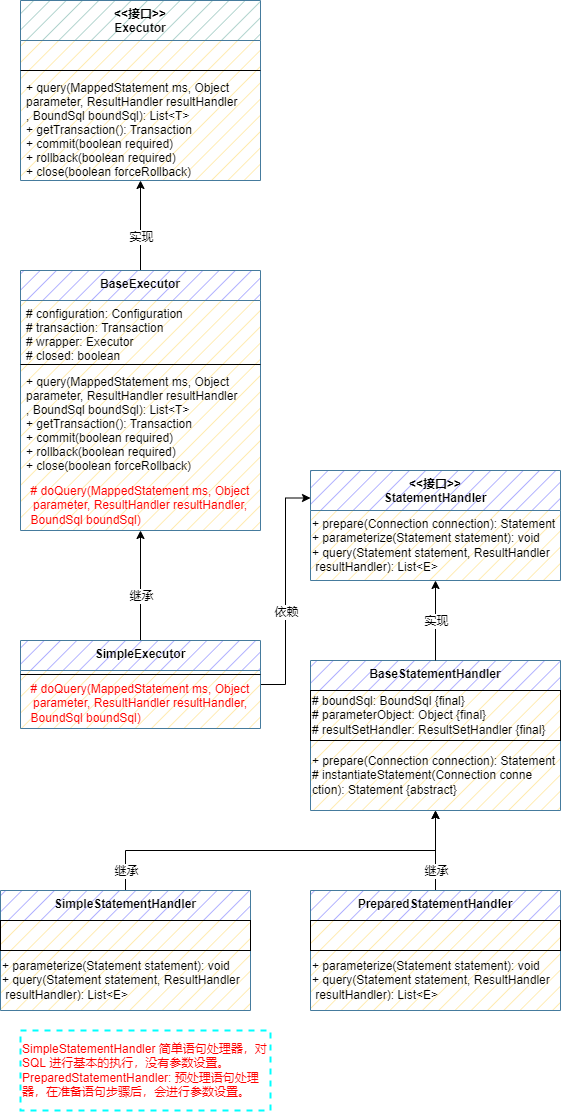
The draw.io diagram wzz-mybatis/mybatis-step-06(Sql方法执行器).drawio.png in wsxzei/markdown-photos, before a commit. Source tidied: cells renumbered, new cells last; positions are measured from the earlier drawing's top-left corner, leaving out a move shared by most shapes. The source it was exported from:
```xml
<mxGraphModel>
  <root>
    <mxCell id="0" />
    <mxCell id="1" parent="0" />
    <mxCell id="2" style="edgeStyle=orthogonalEdgeStyle;rounded=0;jettySize=auto;html=1;" parent="1" edge="1" source="4" target="9">
      <mxGeometry relative="1" as="geometry" />
    </mxCell>
    <mxCell id="3" value="实现" style="edgeLabel;html=1;align=center;verticalAlign=middle;" parent="2" vertex="1">
      <mxGeometry x="-0.25" relative="1" as="geometry" />
    </mxCell>
    <mxCell id="4" value="BaseExecutor" style="swimlane;fontStyle=1;align=center;verticalAlign=top;horizontal=1;startSize=30;gradientColor=none;swimlaneFillColor=#FFE599;fillStyle=hatch;fillColor=#9999FF;strokeColor=#457B9D;" parent="1" vertex="1">
      <mxGeometry x="20" y="270" width="240" height="260" as="geometry" />
    </mxCell>
    <mxCell id="5" value="# configuration: Configuration&#10;# transaction: Transaction&#10;# wrapper: Executor&#10;# closed: boolean" style="text;strokeColor=none;fillColor=none;align=left;verticalAlign=top;spacingLeft=4;spacingRight=4;overflow=hidden;" parent="4" vertex="1">
      <mxGeometry y="30" width="240" height="60" as="geometry" />
    </mxCell>
    <mxCell id="6" style="line;strokeWidth=1;fillColor=none;align=left;verticalAlign=middle;spacingTop=-1;spacingLeft=3;spacingRight=3;labelPosition=right;" parent="4" vertex="1">
      <mxGeometry y="90" width="240" height="8" as="geometry" />
    </mxCell>
    <mxCell id="7" value="+ query(MappedStatement ms, Object &#10;parameter, ResultHandler resultHandler&#10;, BoundSql boundSql): List&lt;T&gt;&#10;+ getTransaction(): Transaction&#10;+ commit(boolean required)&#10;+ rollback(boolean required)&#10;+ close(boolean forceRollback)" style="text;strokeColor=none;fillColor=none;align=left;verticalAlign=top;spacingLeft=4;spacingRight=4;overflow=hidden;shadow=0;" parent="4" vertex="1">
      <mxGeometry y="98" width="240" height="112" as="geometry" />
    </mxCell>
    <mxCell id="8" value="&lt;div&gt;# doQuery(MappedStatement ms, Object&lt;/div&gt;&lt;div&gt;parameter, ResultHandler resultHandler,&lt;/div&gt;&lt;div style=&quot;text-align: left;&quot;&gt;BoundSql boundSql)&lt;/div&gt;" style="text;html=1;strokeColor=none;fillColor=none;align=center;verticalAlign=middle;whiteSpace=wrap;rounded=0;shadow=0;fillStyle=auto;fontColor=#FF0000;" parent="4" vertex="1">
      <mxGeometry y="210" width="240" height="50" as="geometry" />
    </mxCell>
    <mxCell id="9" value="&lt;&lt;接口&gt;&gt;&#10;Executor" style="swimlane;fontStyle=1;align=center;verticalAlign=top;horizontal=1;startSize=40;gradientColor=none;swimlaneFillColor=#FFE599;fillStyle=hatch;fillColor=#9AC7BF;strokeColor=#457B9D;" parent="1" vertex="1">
      <mxGeometry x="20" width="240" height="180" as="geometry" />
    </mxCell>
    <mxCell id="10" value=" " style="text;strokeColor=none;fillColor=none;align=left;verticalAlign=top;spacingLeft=4;spacingRight=4;overflow=hidden;" parent="9" vertex="1">
      <mxGeometry y="40" width="240" height="26" as="geometry" />
    </mxCell>
    <mxCell id="11" style="line;strokeWidth=1;fillColor=none;align=left;verticalAlign=middle;spacingTop=-1;spacingLeft=3;spacingRight=3;labelPosition=right;" parent="9" vertex="1">
      <mxGeometry y="66" width="240" height="8" as="geometry" />
    </mxCell>
    <mxCell id="12" value="+ query(MappedStatement ms, Object &#10;parameter, ResultHandler resultHandler&#10;, BoundSql boundSql): List&lt;T&gt;&#10;+ getTransaction(): Transaction&#10;+ commit(boolean required)&#10;+ rollback(boolean required)&#10;+ close(boolean forceRollback)" style="text;strokeColor=none;fillColor=none;align=left;verticalAlign=top;spacingLeft=4;spacingRight=4;overflow=hidden;" parent="9" vertex="1">
      <mxGeometry y="74" width="240" height="106" as="geometry" />
    </mxCell>
    <mxCell id="13" style="edgeStyle=orthogonalEdgeStyle;rounded=0;jettySize=auto;html=1;exitX=0.5;exitY=0;exitDx=0;exitDy=0;entryX=0.5;entryY=1;entryDx=0;entryDy=0;fontColor=#FF0000;" parent="1" edge="1" source="17" target="8">
      <mxGeometry relative="1" as="geometry" />
    </mxCell>
    <mxCell id="14" value="继承" style="edgeLabel;html=1;align=center;verticalAlign=middle;fontColor=#000000;" parent="13" vertex="1">
      <mxGeometry x="-0.17" relative="1" as="geometry" />
    </mxCell>
    <mxCell id="15" style="edgeStyle=orthogonalEdgeStyle;rounded=0;jettySize=auto;html=1;fontColor=#000000;entryX=0;entryY=0.25;entryDx=0;entryDy=0;" parent="1" edge="1" source="17" target="20">
      <mxGeometry relative="1" as="geometry" />
    </mxCell>
    <mxCell id="16" value="依赖" style="edgeLabel;html=1;align=center;verticalAlign=middle;fontColor=#000000;" parent="15" vertex="1">
      <mxGeometry x="-0.17" relative="1" as="geometry" />
    </mxCell>
    <mxCell id="17" value="SimpleExecutor" style="swimlane;fontStyle=1;align=center;verticalAlign=top;horizontal=1;startSize=30;gradientColor=none;swimlaneFillColor=#FFE599;fillStyle=hatch;fillColor=#9999FF;strokeColor=#457B9D;" parent="1" vertex="1">
      <mxGeometry x="20" y="640" width="240" height="88" as="geometry" />
    </mxCell>
    <mxCell id="18" style="line;strokeWidth=1;fillColor=none;align=left;verticalAlign=middle;spacingTop=-1;spacingLeft=3;spacingRight=3;labelPosition=right;" parent="17" vertex="1">
      <mxGeometry y="30" width="240" height="8" as="geometry" />
    </mxCell>
    <mxCell id="19" value="&lt;div&gt;# doQuery(MappedStatement ms, Object&lt;/div&gt;&lt;div&gt;parameter, ResultHandler resultHandler,&lt;/div&gt;&lt;div style=&quot;text-align: left;&quot;&gt;BoundSql boundSql)&lt;/div&gt;" style="text;html=1;strokeColor=none;fillColor=none;align=center;verticalAlign=middle;whiteSpace=wrap;rounded=0;shadow=0;fillStyle=auto;fontColor=#FF0000;" parent="17" vertex="1">
      <mxGeometry y="38" width="240" height="50" as="geometry" />
    </mxCell>
    <mxCell id="20" value="&lt;&lt;接口&gt;&gt;&#10;StatementHandler" style="swimlane;fontStyle=1;align=center;verticalAlign=top;horizontal=1;startSize=40;gradientColor=none;swimlaneFillColor=#FFE599;fillStyle=hatch;fillColor=#9999FF;strokeColor=#457B9D;" parent="1" vertex="1">
      <mxGeometry x="310" y="470" width="250" height="110" as="geometry" />
    </mxCell>
    <mxCell id="21" value="+&amp;nbsp;prepare(Connection connection): Statement&lt;br&gt;+ parameterize(Statement statement): void&lt;br&gt;+&amp;nbsp;query(Statement statement, ResultHandler&lt;br&gt;&amp;nbsp;resultHandler): List&amp;lt;E&amp;gt;" style="text;html=1;strokeColor=none;fillColor=none;align=left;verticalAlign=middle;whiteSpace=wrap;rounded=0;shadow=0;fillStyle=auto;fontColor=#000000;" parent="20" vertex="1">
      <mxGeometry y="40" width="250" height="70" as="geometry" />
    </mxCell>
    <mxCell id="22" value="BaseStatementHandler" style="swimlane;fontStyle=1;align=center;verticalAlign=top;horizontal=1;startSize=30;gradientColor=none;swimlaneFillColor=#FFE599;fillStyle=hatch;fillColor=#9999FF;strokeColor=#457B9D;" parent="1" vertex="1">
      <mxGeometry x="310" y="660" width="250" height="150" as="geometry" />
    </mxCell>
    <mxCell id="23" value="# boundSql: BoundSql {final}&lt;br&gt;# parameterObject: Object {final}&lt;br&gt;# resultSetHandler: ResultSetHandler {final}" style="text;html=1;strokeColor=default;fillColor=none;align=left;verticalAlign=middle;whiteSpace=wrap;rounded=0;shadow=0;fillStyle=auto;fontColor=#000000;" parent="22" vertex="1">
      <mxGeometry y="30" width="250" height="50" as="geometry" />
    </mxCell>
    <mxCell id="24" value="+&amp;nbsp;prepare(Connection connection): Statement&lt;br&gt;# instantiateStatement(Connection conne&lt;br&gt;ction): Statement {abstract}" style="text;html=1;strokeColor=none;fillColor=none;align=left;verticalAlign=middle;whiteSpace=wrap;rounded=0;shadow=0;fillStyle=auto;fontColor=#000000;" parent="22" vertex="1">
      <mxGeometry y="80" width="250" height="70" as="geometry" />
    </mxCell>
    <mxCell id="25" style="edgeStyle=orthogonalEdgeStyle;rounded=0;jettySize=auto;html=1;fontColor=#000000;entryX=0.5;entryY=1;entryDx=0;entryDy=0;" parent="22" edge="1" source="22" target="24">
      <mxGeometry relative="1" as="geometry" />
    </mxCell>
    <mxCell id="26" style="edgeStyle=orthogonalEdgeStyle;rounded=0;jettySize=auto;html=1;fontColor=#000000;entryX=0.5;entryY=1;entryDx=0;entryDy=0;exitX=0.5;exitY=0;exitDx=0;exitDy=0;" parent="1" edge="1" source="22" target="21">
      <mxGeometry relative="1" as="geometry" />
    </mxCell>
    <mxCell id="27" value="实现" style="edgeLabel;html=1;align=center;verticalAlign=middle;fontColor=#000000;" parent="26" vertex="1">
      <mxGeometry x="-0.26" y="-3" relative="1" as="geometry">
        <mxPoint x="-3" y="-10" as="offset" />
      </mxGeometry>
    </mxCell>
    <mxCell id="28" style="edgeStyle=orthogonalEdgeStyle;rounded=0;jettySize=auto;html=1;exitX=0.5;exitY=0;exitDx=0;exitDy=0;entryX=0.5;entryY=1;entryDx=0;entryDy=0;fontColor=#000000;" parent="1" edge="1" source="30" target="24">
      <mxGeometry relative="1" as="geometry" />
    </mxCell>
    <mxCell id="29" value="继承" style="edgeLabel;html=1;align=center;verticalAlign=middle;fontColor=#000000;" parent="28" vertex="1">
      <mxGeometry x="-0.23" y="-1" relative="1" as="geometry">
        <mxPoint x="-1" y="11" as="offset" />
      </mxGeometry>
    </mxCell>
    <mxCell id="30" value="PreparedStatementHandler" style="swimlane;fontStyle=1;align=center;verticalAlign=top;horizontal=1;startSize=30;gradientColor=none;swimlaneFillColor=#FFE599;fillStyle=hatch;fillColor=#9999FF;strokeColor=#457B9D;" parent="1" vertex="1">
      <mxGeometry x="310" y="890" width="250" height="120" as="geometry" />
    </mxCell>
    <mxCell id="31" value="&amp;nbsp;" style="text;html=1;strokeColor=default;fillColor=none;align=left;verticalAlign=middle;whiteSpace=wrap;rounded=0;shadow=0;fillStyle=auto;fontColor=#000000;" parent="30" vertex="1">
      <mxGeometry y="30" width="250" height="30" as="geometry" />
    </mxCell>
    <mxCell id="32" value="&lt;div&gt;+ parameterize(Statement statement): void&lt;/div&gt;&lt;div&gt;+ query(Statement statement, ResultHandler&lt;/div&gt;&lt;div&gt;&amp;nbsp;resultHandler): List&amp;lt;E&amp;gt;&lt;/div&gt;" style="text;html=1;strokeColor=none;fillColor=none;align=left;verticalAlign=middle;whiteSpace=wrap;rounded=0;shadow=0;fillStyle=auto;fontColor=#000000;" parent="30" vertex="1">
      <mxGeometry y="60" width="250" height="60" as="geometry" />
    </mxCell>
    <mxCell id="33" style="edgeStyle=orthogonalEdgeStyle;rounded=0;jettySize=auto;html=1;entryX=0.5;entryY=1;entryDx=0;entryDy=0;fontColor=#000000;" parent="1" edge="1" source="34" target="24">
      <mxGeometry relative="1" as="geometry">
        <Array as="points">
          <mxPoint x="125" y="850" />
          <mxPoint x="435" y="850" />
        </Array>
      </mxGeometry>
    </mxCell>
    <mxCell id="34" value="SimpleStatementHandler" style="swimlane;fontStyle=1;align=center;verticalAlign=top;horizontal=1;startSize=30;gradientColor=none;swimlaneFillColor=#FFE599;fillStyle=hatch;fillColor=#9999FF;strokeColor=#457B9D;" parent="1" vertex="1">
      <mxGeometry y="890" width="250" height="120" as="geometry" />
    </mxCell>
    <mxCell id="35" value="&amp;nbsp;" style="text;html=1;strokeColor=default;fillColor=none;align=left;verticalAlign=middle;whiteSpace=wrap;rounded=0;shadow=0;fillStyle=auto;fontColor=#000000;" parent="34" vertex="1">
      <mxGeometry y="30" width="250" height="30" as="geometry" />
    </mxCell>
    <mxCell id="36" value="&lt;div&gt;+ parameterize(Statement statement): void&lt;/div&gt;&lt;div&gt;+ query(Statement statement, ResultHandler&lt;/div&gt;&lt;div&gt;&amp;nbsp;resultHandler): List&amp;lt;E&amp;gt;&lt;/div&gt;" style="text;html=1;strokeColor=none;fillColor=none;align=left;verticalAlign=middle;whiteSpace=wrap;rounded=0;shadow=0;fillStyle=auto;fontColor=#000000;" parent="34" vertex="1">
      <mxGeometry y="60" width="250" height="60" as="geometry" />
    </mxCell>
    <mxCell id="37" value="继承" style="edgeLabel;html=1;align=center;verticalAlign=middle;fontColor=#000000;" parent="1" vertex="1">
      <mxGeometry x="125" y="870" as="geometry" />
    </mxCell>
    <mxCell id="38" value="&lt;font color=&quot;#ff0000&quot;&gt;SimpleStatementHandler 简单语句处理器，对 SQL 进行基本的执行，没有参数设置。&lt;br&gt;PreparedStatementHandler: 预处理语句处理器，在准备语句步骤后，会进行参数设置。&lt;/font&gt;" style="rounded=0;whiteSpace=wrap;html=1;shadow=0;fillStyle=auto;fontColor=#000000;strokeColor=#00FFFF;fillColor=none;gradientColor=none;align=left;dashed=1;strokeWidth=2;" parent="1" vertex="1">
      <mxGeometry x="20" y="1030" width="250" height="80" as="geometry" />
    </mxCell>
  </root>
</mxGraphModel>
```
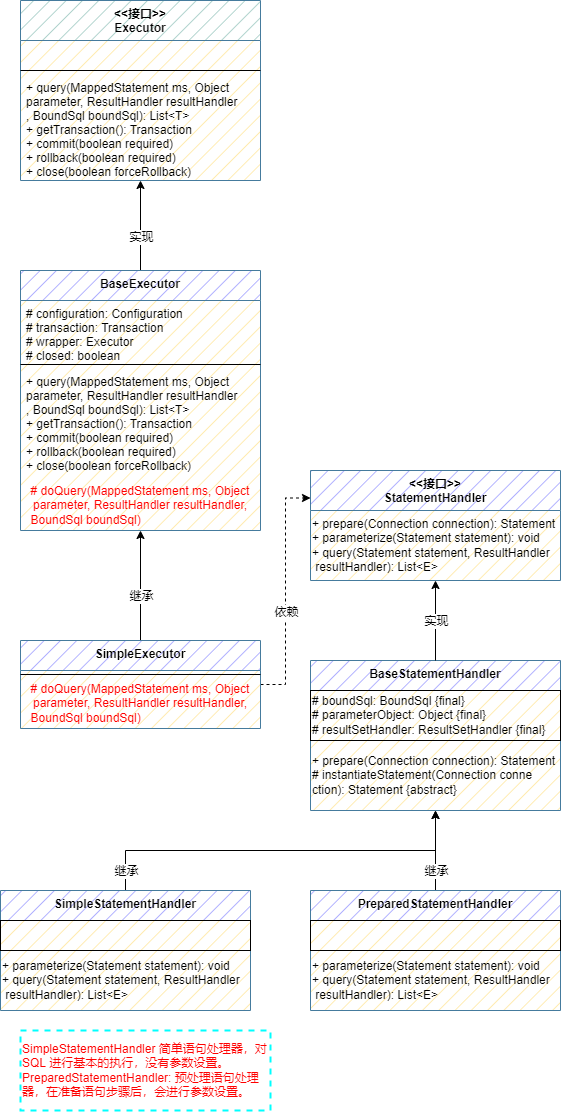
After the change.

Commit message:
更新mybatis-step-06(Sql方法执行器).drawio.png

Diff of the diagram source:
```diff
@@ -41,7 +41,7 @@
     <mxCell id="14" value="继承" style="edgeLabel;html=1;align=center;verticalAlign=middle;fontColor=#000000;" parent="13" vertex="1">
       <mxGeometry x="-0.17" relative="1" as="geometry" />
     </mxCell>
-    <mxCell id="15" style="edgeStyle=orthogonalEdgeStyle;rounded=0;jettySize=auto;html=1;fontColor=#000000;entryX=0;entryY=0.25;entryDx=0;entryDy=0;" parent="1" edge="1" source="17" target="20">
+    <mxCell id="15" style="edgeStyle=orthogonalEdgeStyle;rounded=0;jettySize=auto;html=1;fontColor=#000000;entryX=0;entryY=0.25;entryDx=0;entryDy=0;dashed=1;strokeColor=#000000;" parent="1" edge="1" source="17" target="20">
       <mxGeometry relative="1" as="geometry" />
     </mxCell>
     <mxCell id="16" value="依赖" style="edgeLabel;html=1;align=center;verticalAlign=middle;fontColor=#000000;" parent="15" vertex="1">
```
